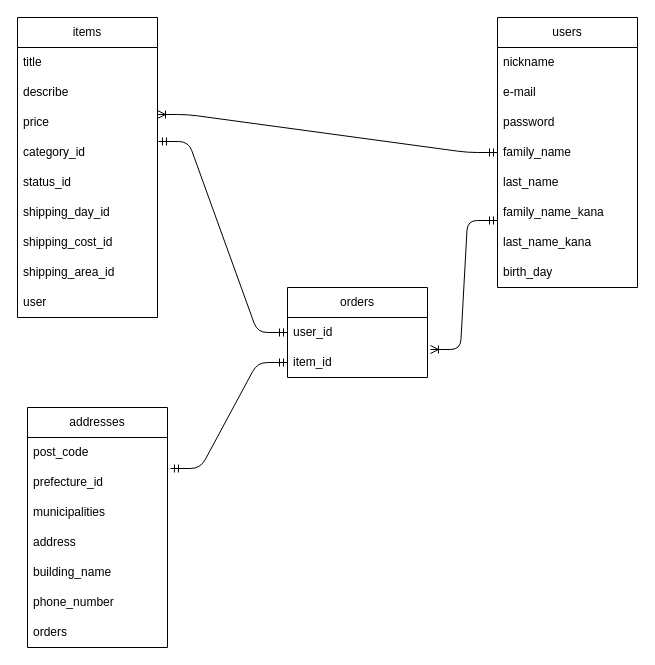
Earlier version of the draw.io diagram ER.dio (shuxin852/furima-39394). Source tidied: cells renumbered, new cells numbered last; positions are measured from the earlier drawing's top-left corner, leaving out a move shared by most shapes. Both pictures are drawn from the tidied source at 100%, with x=0, y=0 at pixel (17, 17).
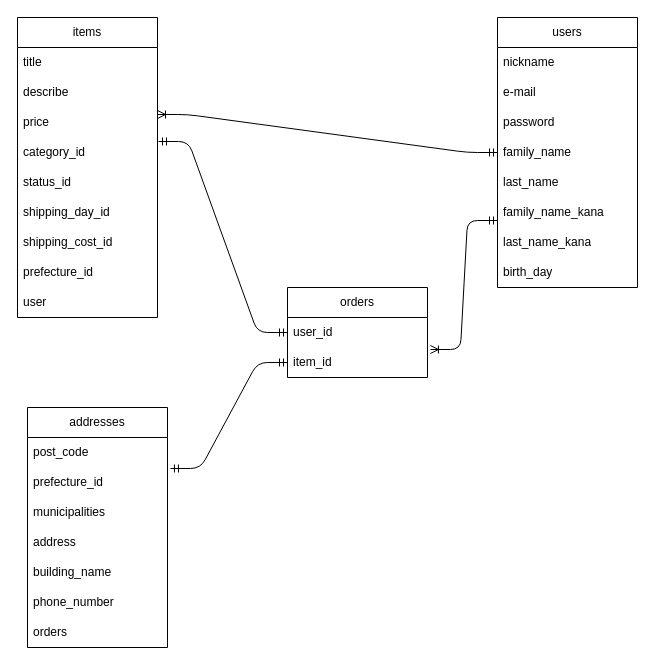
The same diagram, later.

Commit message (it also covers changes not shown here):
カラム名変更

Unchanged cells that the change refers to:
```xml
<mxCell id="11" value="items" style="swimlane;fontStyle=0;horizontal=1;startSize=30;whiteSpace=wrap;html=1;rounded=0;" parent="1" vertex="1">
  <mxGeometry width="140" height="300" as="geometry" />
</mxCell>
```

Change to the diagram source:
```diff
@@
-    <mxCell id="19" value="shipping_area_id" style="text;strokeColor=none;fillColor=none;align=left;verticalAlign=middle;spacingLeft=4;spacingRight=4;overflow=hidden;whiteSpace=wrap;html=1;rounded=0;" parent="11" vertex="1">
+    <mxCell id="19" value="prefecture_id" style="text;strokeColor=none;fillColor=none;align=left;verticalAlign=middle;spacingLeft=4;spacingRight=4;overflow=hidden;whiteSpace=wrap;html=1;rounded=0;" parent="11" vertex="1">
       <mxGeometry y="240" width="140" height="30" as="geometry" />
     </mxCell>
```
